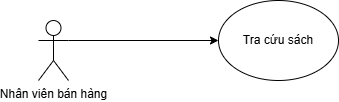
Earlier version of the draw.io export Usecase_doan/Doan3_uc.drawio.png (yoomost/Bookstore-Managing). Source tidied: cells renumbered, new cells last; positions are measured from the earlier drawing's top-left corner, leaving out a move shared by most shapes. Its diagram source:
```xml
<mxGraphModel>
  <root>
    <mxCell id="0" />
    <mxCell id="1" parent="0" />
    <mxCell id="2" value="Nhân viên bán hàng" style="shape=umlActor;verticalLabelPosition=bottom;verticalAlign=top;html=1;outlineConnect=0;" parent="1" vertex="1">
      <mxGeometry y="20" width="30" height="60" as="geometry" />
    </mxCell>
    <mxCell id="3" value="Tra cứu sách" style="ellipse;whiteSpace=wrap;html=1;" parent="1" vertex="1">
      <mxGeometry x="180" width="120" height="80" as="geometry" />
    </mxCell>
    <mxCell id="4" style="endArrow=classic;html=1;rounded=0;exitX=1;exitY=0.3333333333333333;exitDx=0;exitDy=0;exitPerimeter=0;entryX=0;entryY=0.5;entryDx=0;entryDy=0;" parent="1" edge="1" source="2" target="3">
      <mxGeometry relative="1" as="geometry" />
    </mxCell>
  </root>
</mxGraphModel>
```
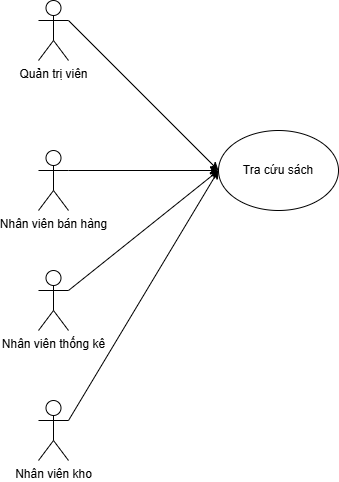
After the change.

The edit, as a diff of the source:
```diff
@@ -11,5 +11,25 @@
     <mxCell id="4" style="endArrow=classic;html=1;rounded=0;exitX=1;exitY=0.3333333333333333;exitDx=0;exitDy=0;exitPerimeter=0;entryX=0;entryY=0.5;entryDx=0;entryDy=0;" parent="1" edge="1" source="2" target="3">
       <mxGeometry relative="1" as="geometry" />
     </mxCell>
+    <mxCell id="5" value="Nhân viên thống kê" style="shape=umlActor;verticalLabelPosition=bottom;verticalAlign=top;html=1;outlineConnect=0;" parent="1" vertex="1">
+      <mxGeometry y="140" width="30" height="60" as="geometry" />
+    </mxCell>
+    <mxCell id="6" value="Nhân viên kho" style="shape=umlActor;verticalLabelPosition=bottom;verticalAlign=top;html=1;outlineConnect=0;" parent="1" vertex="1">
+      <mxGeometry y="270" width="30" height="60" as="geometry" />
+    </mxCell>
+    <mxCell id="7" value="Quản trị viên" style="shape=umlActor;verticalLabelPosition=bottom;verticalAlign=top;html=1;outlineConnect=0;" parent="1" vertex="1">
+      <mxGeometry y="-130" width="30" height="60" as="geometry" />
+    </mxCell>
+    <mxCell id="8" style="endArrow=classic;html=1;rounded=0;exitX=1;exitY=0.3333333333333333;exitDx=0;exitDy=0;exitPerimeter=0;entryX=0;entryY=0.5;entryDx=0;entryDy=0;" parent="1" edge="1" source="5" target="3">
+      <mxGeometry relative="1" as="geometry" />
+    </mxCell>
+    <mxCell id="9" style="endArrow=classic;html=1;rounded=0;exitX=1;exitY=0.3333333333333333;exitDx=0;exitDy=0;exitPerimeter=0;entryX=0;entryY=0.5;entryDx=0;entryDy=0;" parent="1" edge="1" source="6" target="3">
+      <mxGeometry relative="1" as="geometry" />
+    </mxCell>
+    <mxCell id="10" style="endArrow=classic;html=1;rounded=0;exitX=1;exitY=0.3333333333333333;exitDx=0;exitDy=0;exitPerimeter=0;" parent="1" edge="1" source="7">
+      <mxGeometry relative="1" as="geometry">
+        <mxPoint x="180" y="40" as="targetPoint" />
+      </mxGeometry>
+    </mxCell>
   </root>
 </mxGraphModel>
```
